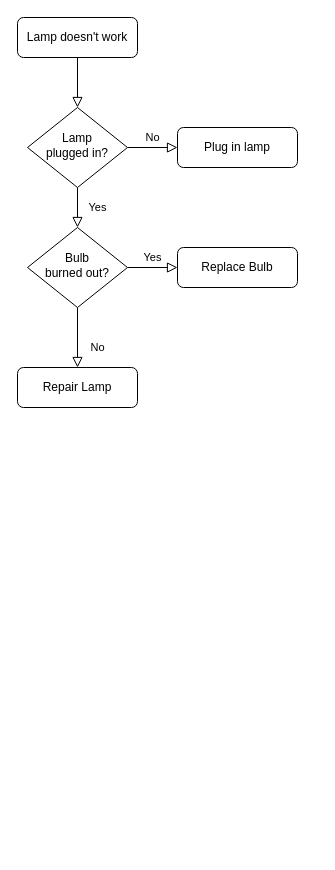
Earlier version of the draw.io diagram Untitled Diagram.drawio (LordTsagE/Algorithms). Source tidied: cells renumbered, new cells numbered last; positions are measured from the earlier drawing's top-left corner, leaving out a move shared by most shapes. Both pictures are drawn from the tidied source at 100%, with x=0, y=0 at pixel (17, 17).
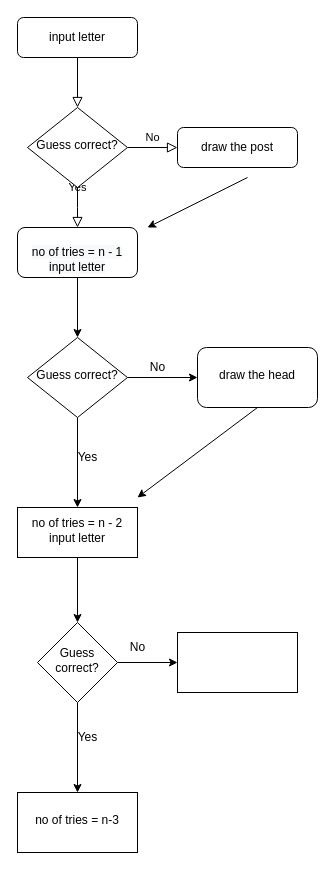
The same page after the edit.

Change to the diagram source:
```diff
@@
-    <mxCell id="3" value="Lamp doesn't work" style="rounded=1;whiteSpace=wrap;html=1;fontSize=12;glass=0;strokeWidth=1;shadow=0;" parent="1" vertex="1">
+    <mxCell id="3" value="input letter" style="rounded=1;whiteSpace=wrap;html=1;fontSize=12;glass=0;strokeWidth=1;shadow=0;" parent="1" vertex="1">
       <mxGeometry width="120" height="40" as="geometry" />
     </mxCell>
-    <mxCell id="4" value="Yes" style="rounded=0;html=1;jettySize=auto;fontSize=11;endArrow=block;endFill=0;endSize=8;strokeWidth=1;shadow=0;labelBackgroundColor=none;edgeStyle=orthogonalEdgeStyle;" parent="1" edge="1" source="6" target="10">
-      <mxGeometry y="20" relative="1" as="geometry" />
+    <mxCell id="4" value="Yes" style="rounded=0;html=1;jettySize=auto;fontSize=11;endArrow=block;endFill=0;endSize=8;strokeWidth=1;shadow=0;labelBackgroundColor=none;edgeStyle=orthogonalEdgeStyle;" parent="1" edge="1" source="6">
+      <mxGeometry y="20" relative="1" as="geometry">
+        <mxPoint x="60" y="210" as="targetPoint" />
+      </mxGeometry>
     </mxCell>
@@
-    <mxCell id="6" value="Lamp&lt;br&gt;plugged in?" style="rhombus;whiteSpace=wrap;html=1;shadow=0;fontFamily=Helvetica;fontSize=12;align=center;strokeWidth=1;spacing=6;spacingTop=-4;" parent="1" vertex="1">
+    <mxCell id="6" value="Guess correct?" style="rhombus;whiteSpace=wrap;html=1;shadow=0;fontFamily=Helvetica;fontSize=12;align=center;strokeWidth=1;spacing=6;spacingTop=-4;" parent="1" vertex="1">
       <mxGeometry x="10" y="90" width="100" height="80" as="geometry" />
     </mxCell>
-    <mxCell id="7" value="Plug in lamp" style="rounded=1;whiteSpace=wrap;html=1;fontSize=12;glass=0;strokeWidth=1;shadow=0;" parent="1" vertex="1">
+    <mxCell id="7" value="draw the post" style="rounded=1;whiteSpace=wrap;html=1;fontSize=12;glass=0;strokeWidth=1;shadow=0;" parent="1" vertex="1">
       <mxGeometry x="160" y="110" width="120" height="40" as="geometry" />
     </mxCell>
-    <mxCell id="8" value="No" style="rounded=0;html=1;jettySize=auto;fontSize=11;endArrow=block;endFill=0;endSize=8;strokeWidth=1;shadow=0;labelBackgroundColor=none;edgeStyle=orthogonalEdgeStyle;" parent="1" edge="1" source="10" target="11">
-      <mxGeometry x="0.33" y="20" relative="1" as="geometry" />
-    </mxCell>
-    <mxCell id="9" value="Yes" style="edgeStyle=orthogonalEdgeStyle;rounded=0;html=1;jettySize=auto;fontSize=11;endArrow=block;endFill=0;endSize=8;strokeWidth=1;shadow=0;labelBackgroundColor=none;" parent="1" edge="1" source="10" target="12">
-      <mxGeometry y="10" relative="1" as="geometry" />
-    </mxCell>
-    <mxCell id="10" value="Bulb&lt;br&gt;burned out?" style="rhombus;whiteSpace=wrap;html=1;shadow=0;fontFamily=Helvetica;fontSize=12;align=center;strokeWidth=1;spacing=6;spacingTop=-4;" parent="1" vertex="1">
-      <mxGeometry x="10" y="210" width="100" height="80" as="geometry" />
-    </mxCell>
-    <mxCell id="11" value="Repair Lamp" style="rounded=1;whiteSpace=wrap;html=1;fontSize=12;glass=0;strokeWidth=1;shadow=0;" parent="1" vertex="1">
-      <mxGeometry y="350" width="120" height="40" as="geometry" />
-    </mxCell>
-    <mxCell id="12" value="Replace Bulb" style="rounded=1;whiteSpace=wrap;html=1;fontSize=12;glass=0;strokeWidth=1;shadow=0;" parent="1" vertex="1">
-      <mxGeometry x="160" y="230" width="120" height="40" as="geometry" />
-    </mxCell>
+    <mxCell id="13" value="&lt;br&gt;&lt;span style=&quot;color: rgb(0, 0, 0); font-family: Helvetica; font-size: 12px; font-style: normal; font-variant-ligatures: normal; font-variant-caps: normal; font-weight: 400; letter-spacing: normal; orphans: 2; text-align: center; text-indent: 0px; text-transform: none; widows: 2; word-spacing: 0px; -webkit-text-stroke-width: 0px; background-color: rgb(248, 249, 250); text-decoration-thickness: initial; text-decoration-style: initial; text-decoration-color: initial; float: none; display: inline !important;&quot;&gt;no of tries = n - 1&lt;/span&gt;&lt;br style=&quot;color: rgb(0, 0, 0); font-family: Helvetica; font-size: 12px; font-style: normal; font-variant-ligatures: normal; font-variant-caps: normal; font-weight: 400; letter-spacing: normal; orphans: 2; text-align: center; text-indent: 0px; text-transform: none; widows: 2; word-spacing: 0px; -webkit-text-stroke-width: 0px; background-color: rgb(248, 249, 250); text-decoration-thickness: initial; text-decoration-style: initial; text-decoration-color: initial;&quot;&gt;&lt;span style=&quot;color: rgb(0, 0, 0); font-family: Helvetica; font-size: 12px; font-style: normal; font-variant-ligatures: normal; font-variant-caps: normal; font-weight: 400; letter-spacing: normal; orphans: 2; text-align: center; text-indent: 0px; text-transform: none; widows: 2; word-spacing: 0px; -webkit-text-stroke-width: 0px; background-color: rgb(248, 249, 250); text-decoration-thickness: initial; text-decoration-style: initial; text-decoration-color: initial; float: none; display: inline !important;&quot;&gt;input letter&lt;/span&gt;&lt;br&gt;" style="rounded=1;whiteSpace=wrap;html=1;" parent="1" vertex="1">
+      <mxGeometry y="210" width="120" height="50" as="geometry" />
+    </mxCell>
+    <mxCell id="14" style="endArrow=classic;html=1;rounded=0;" parent="1" edge="1">
+      <mxGeometry relative="1" as="geometry">
+        <mxPoint x="230" y="160" as="sourcePoint" />
+        <mxPoint x="130" y="210" as="targetPoint" />
+      </mxGeometry>
+    </mxCell>
+    <mxCell id="15" style="endArrow=classic;html=1;rounded=0;exitX=0.5;exitY=1;exitDx=0;exitDy=0;" parent="1" edge="1" source="13">
+      <mxGeometry relative="1" as="geometry">
+        <mxPoint x="60" y="320" as="targetPoint" />
+      </mxGeometry>
+    </mxCell>
+    <mxCell id="16" style="edgeStyle=orthogonalEdgeStyle;rounded=0;jettySize=auto;html=1;" parent="1" edge="1" source="18" target="19">
+      <mxGeometry relative="1" as="geometry" />
+    </mxCell>
+    <mxCell id="17" style="edgeStyle=orthogonalEdgeStyle;rounded=0;jettySize=auto;html=1;" parent="1" edge="1" source="18" target="22">
+      <mxGeometry relative="1" as="geometry" />
+    </mxCell>
+    <mxCell id="18" value="Guess correct?" style="rhombus;whiteSpace=wrap;html=1;shadow=0;fontFamily=Helvetica;fontSize=12;align=center;strokeWidth=1;spacing=6;spacingTop=-4;" parent="1" vertex="1">
+      <mxGeometry x="10" y="320" width="100" height="80" as="geometry" />
+    </mxCell>
+    <mxCell id="19" value="draw the head" style="rounded=1;whiteSpace=wrap;html=1;shadow=0;strokeWidth=1;spacing=6;spacingTop=-4;" parent="1" vertex="1">
+      <mxGeometry x="180" y="330" width="120" height="60" as="geometry" />
+    </mxCell>
+    <mxCell id="20" value="No" style="text;html=1;align=center;verticalAlign=middle;strokeColor=none;fillColor=none;" parent="1" vertex="1">
+      <mxGeometry x="120" y="335" width="40" height="30" as="geometry" />
+    </mxCell>
+    <mxCell id="21" style="edgeStyle=orthogonalEdgeStyle;rounded=0;jettySize=auto;html=1;" parent="1" edge="1" source="22" target="26">
+      <mxGeometry relative="1" as="geometry" />
+    </mxCell>
+    <mxCell id="22" value="no of tries = n - 2&lt;br&gt;input letter" style="whiteSpace=wrap;html=1;shadow=0;strokeWidth=1;spacing=6;spacingTop=-4;" parent="1" vertex="1">
+      <mxGeometry y="490" width="120" height="50" as="geometry" />
+    </mxCell>
+    <mxCell id="23" style="endArrow=classic;html=1;rounded=0;exitX=0.5;exitY=1;exitDx=0;exitDy=0;" parent="1" edge="1" source="19">
+      <mxGeometry relative="1" as="geometry">
+        <mxPoint x="120" y="480" as="targetPoint" />
+      </mxGeometry>
+    </mxCell>
+    <mxCell id="24" style="edgeStyle=orthogonalEdgeStyle;rounded=0;jettySize=auto;html=1;" parent="1" edge="1" source="26" target="27">
+      <mxGeometry relative="1" as="geometry" />
+    </mxCell>
+    <mxCell id="25" style="edgeStyle=orthogonalEdgeStyle;rounded=0;jettySize=auto;html=1;" parent="1" edge="1" source="26" target="29">
+      <mxGeometry relative="1" as="geometry" />
+    </mxCell>
+    <mxCell id="26" value="Guess correct?" style="rhombus;whiteSpace=wrap;html=1;shadow=0;strokeWidth=1;spacing=6;spacingTop=-4;" parent="1" vertex="1">
+      <mxGeometry x="20" y="605" width="80" height="80" as="geometry" />
+    </mxCell>
+    <mxCell id="27" style="whiteSpace=wrap;html=1;shadow=0;strokeWidth=1;spacing=6;spacingTop=-4;" parent="1" vertex="1">
+      <mxGeometry x="160" y="615" width="120" height="60" as="geometry" />
+    </mxCell>
+    <mxCell id="28" value="No" style="text;html=1;align=center;verticalAlign=middle;strokeColor=none;fillColor=none;" parent="1" vertex="1">
+      <mxGeometry x="100" y="615" width="40" height="30" as="geometry" />
+    </mxCell>
+    <mxCell id="29" value="no of tries = n-3" style="whiteSpace=wrap;html=1;shadow=0;strokeWidth=1;spacing=6;spacingTop=-4;" parent="1" vertex="1">
+      <mxGeometry y="775" width="120" height="60" as="geometry" />
+    </mxCell>
+    <mxCell id="30" value="Yes" style="text;html=1;align=center;verticalAlign=middle;strokeColor=none;fillColor=none;" parent="1" vertex="1">
+      <mxGeometry x="50" y="705" width="40" height="30" as="geometry" />
+    </mxCell>
+    <mxCell id="31" value="Yes" style="text;html=1;align=center;verticalAlign=middle;strokeColor=none;fillColor=none;" parent="1" vertex="1">
+      <mxGeometry x="50" y="425" width="40" height="30" as="geometry" />
+    </mxCell>
```
